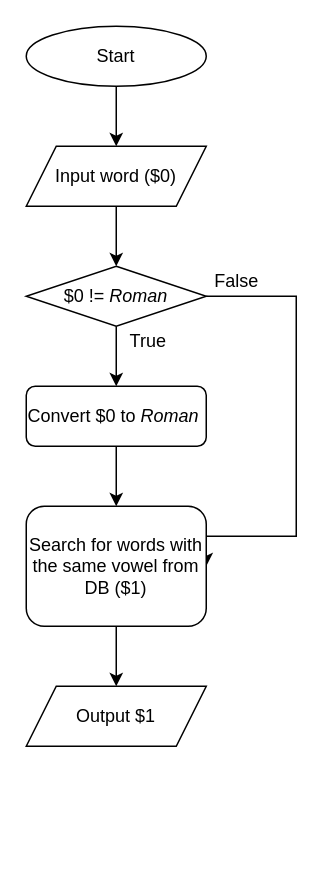
Before: docs/flowchart.dio in tokizuoh/eustomy, a draw.io diagram. Source tidied: cells renumbered, new cells numbered last; positions are measured from the earlier drawing's top-left corner, leaving out a move shared by most shapes. Both pictures are drawn from the tidied source at 150%, with x=0, y=0 at pixel (26, 26).
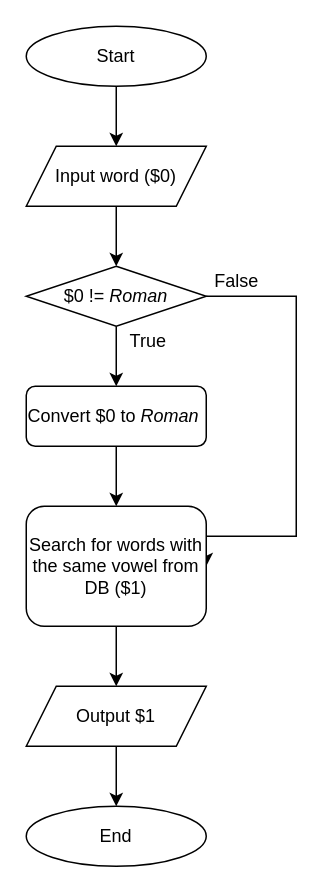
After the change.

The change refers to these unchanged cells:
```xml
<mxCell id="16" value="Output $1" style="shape=parallelogram;perimeter=parallelogramPerimeter;whiteSpace=wrap;html=1;fixedSize=1;" parent="1" vertex="1">
  <mxGeometry y="440" width="120" height="40" as="geometry" />
</mxCell>
```

The edit, as a diff of the source:
```diff
@@
+    <mxCell id="17" style="edgeStyle=orthogonalEdgeStyle;rounded=0;jettySize=auto;html=1;" parent="1" edge="1" source="16" target="18">
+      <mxGeometry relative="1" as="geometry" />
+    </mxCell>
@@
+    <mxCell id="18" value="End" style="ellipse;whiteSpace=wrap;html=1;" parent="1" vertex="1">
+      <mxGeometry y="520" width="120" height="40" as="geometry" />
+    </mxCell>
```
